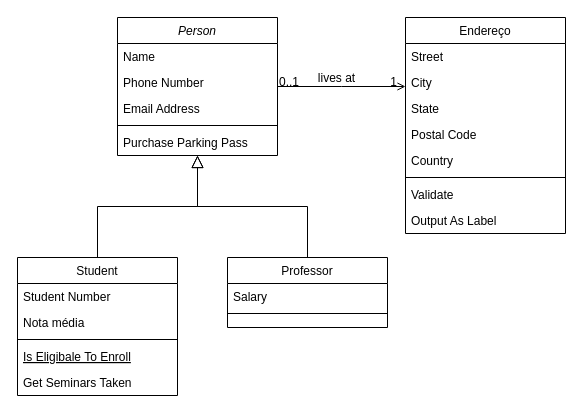
Mathschmidt/POO-Abstracao keeps this draw.io diagram as DiagramaDeClasse.drawio. Above is the earlier version. Source tidied: cells renumbered, new cells numbered last; positions are measured from the earlier drawing's top-left corner, leaving out a move shared by most shapes. Both pictures are drawn from the tidied source at 100%, with x=0, y=0 at pixel (17, 17).
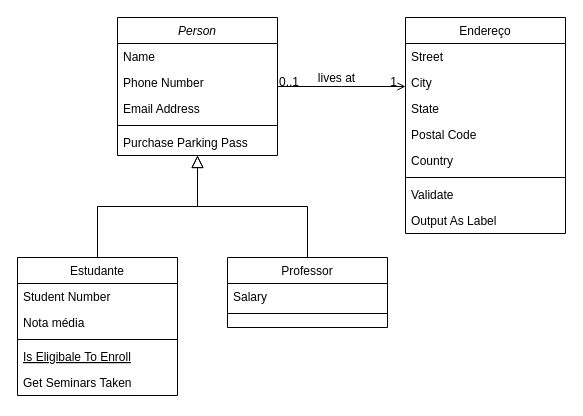
After the change.

What changed in the source:
```diff
@@
-    <mxCell id="8" value="Student" style="swimlane;fontStyle=0;align=center;verticalAlign=top;horizontal=1;startSize=26;rounded=0;shadow=0;strokeWidth=1;" parent="1" vertex="1">
+    <mxCell id="8" value="Estudante" style="swimlane;fontStyle=0;align=center;verticalAlign=top;horizontal=1;startSize=26;rounded=0;shadow=0;strokeWidth=1;" parent="1" vertex="1">
       <mxGeometry y="240" width="160" height="138" as="geometry" />
     </mxCell>
```
